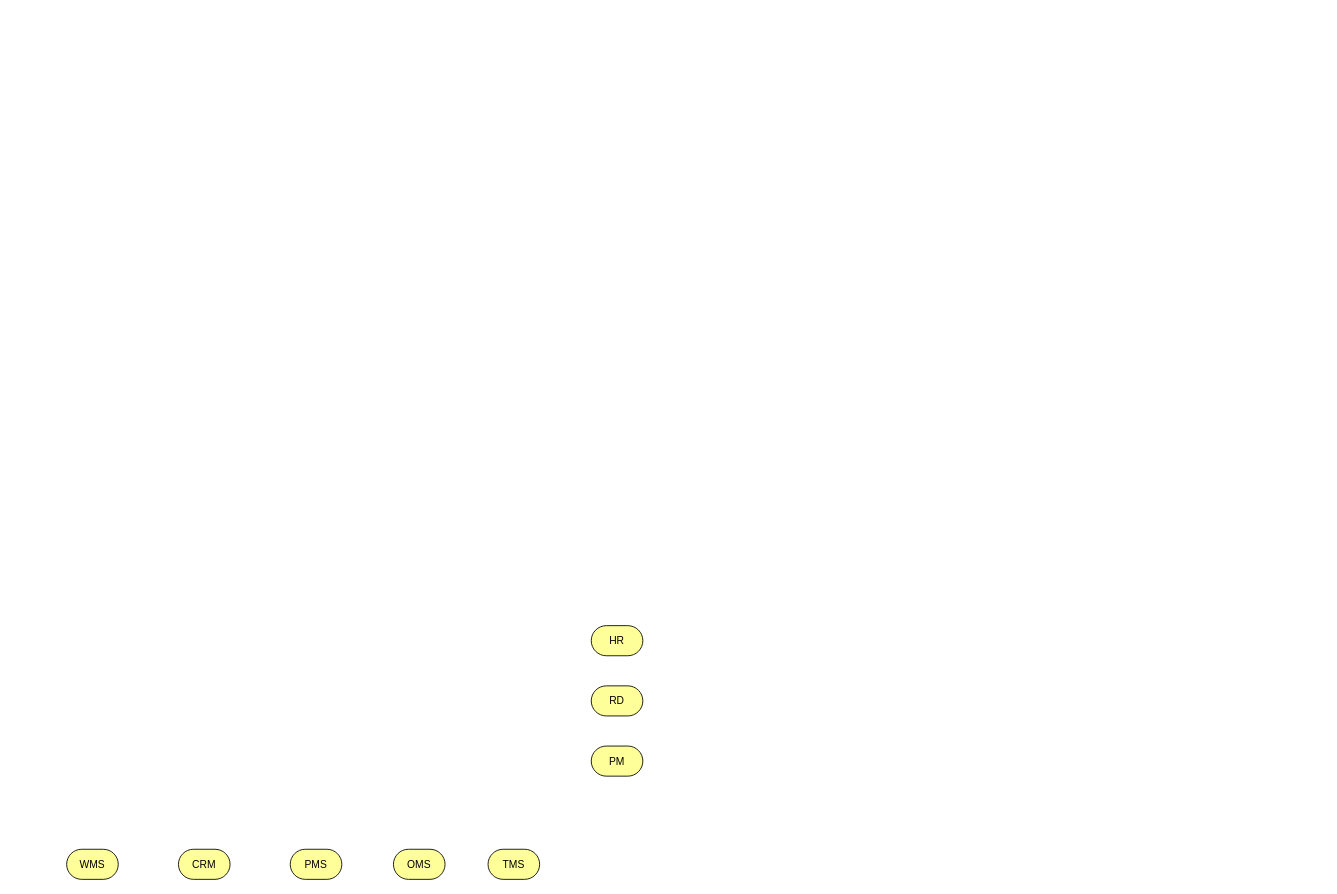
This is Untitled Diagram.drawio from jason-live/flow, a draw.io file, before an edit. Source tidied: cells renumbered, new cells numbered last; positions are measured from the earlier drawing's top-left corner, leaving out a move shared by most shapes. Both pictures are drawn from the tidied source at 86%, with x=0, y=0 at pixel (66, 625).
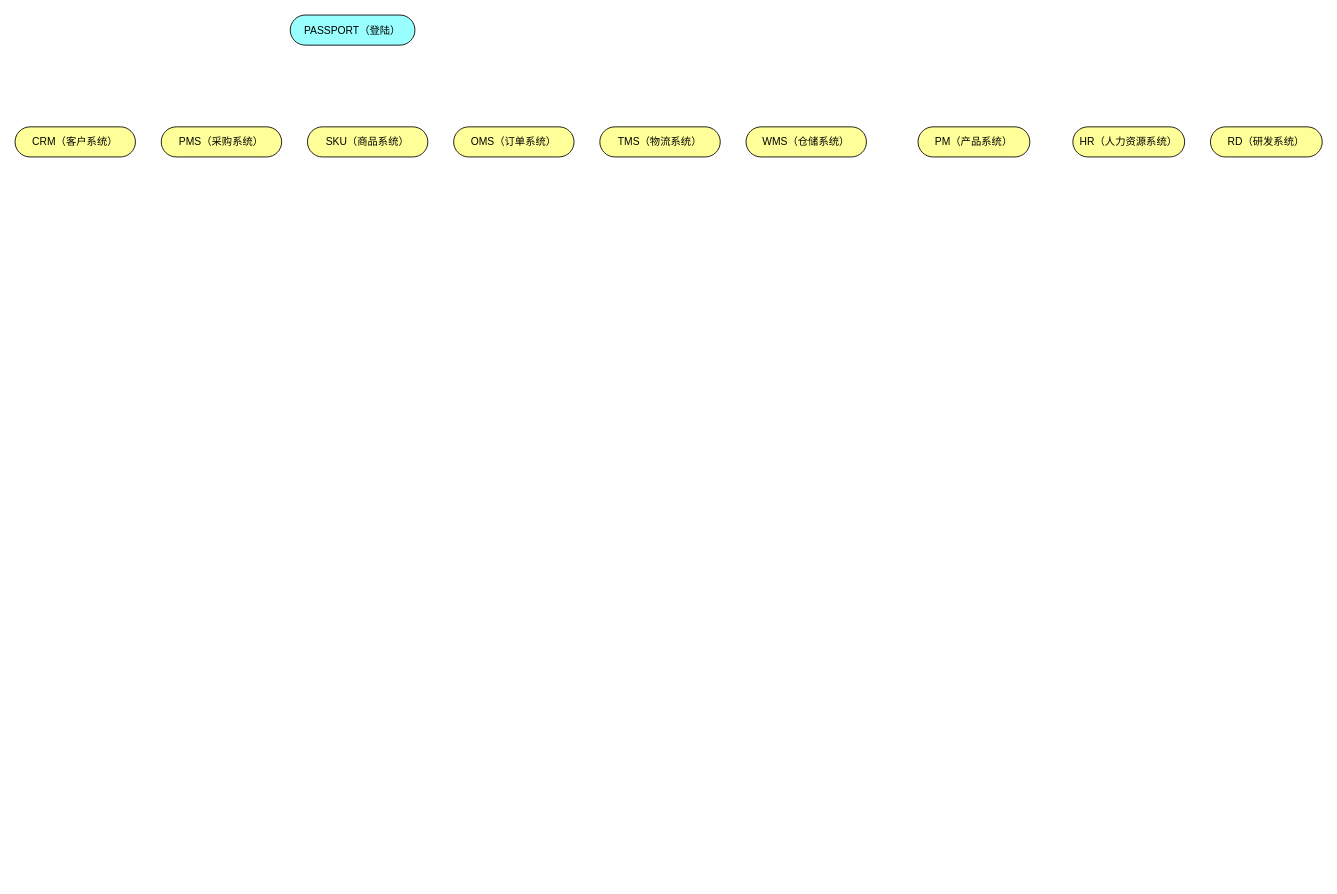
Above is the later version.

The edit, as a diff of the source:
```diff
@@
 <mxGraphModel>
   <root>
     <mxCell id="0" />
     <mxCell id="1" parent="0" />
-    <mxCell id="2" value="WMS" style="html=1;whiteSpace=wrap;fillColor=#ffff99;shape=mxgraph.archimate3.service;" parent="1" vertex="1">
-      <mxGeometry y="260" width="60" height="35" as="geometry" />
+    <mxCell id="2" value="WMS（仓储系统）" style="html=1;whiteSpace=wrap;fillColor=#ffff99;shape=mxgraph.archimate3.service;" parent="1" vertex="1">
+      <mxGeometry x="790" y="-580" width="140" height="35" as="geometry" />
     </mxCell>
-    <mxCell id="3" value="CRM" style="html=1;whiteSpace=wrap;fillColor=#ffff99;shape=mxgraph.archimate3.service;" parent="1" vertex="1">
-      <mxGeometry x="130" y="260" width="60" height="35" as="geometry" />
+    <mxCell id="3" value="CRM（客户系统）" style="html=1;whiteSpace=wrap;fillColor=#ffff99;shape=mxgraph.archimate3.service;" parent="1" vertex="1">
+      <mxGeometry x="-60" y="-580" width="140" height="35" as="geometry" />
     </mxCell>
-    <mxCell id="4" value="HR" style="html=1;whiteSpace=wrap;fillColor=#ffff99;shape=mxgraph.archimate3.service;" parent="1" vertex="1">
-      <mxGeometry x="610" width="60" height="35" as="geometry" />
+    <mxCell id="4" value="HR（人力资源系统）" style="html=1;whiteSpace=wrap;fillColor=#ffff99;shape=mxgraph.archimate3.service;" parent="1" vertex="1">
+      <mxGeometry x="1170" y="-580" width="130" height="35" as="geometry" />
     </mxCell>
-    <mxCell id="5" value="RD" style="html=1;whiteSpace=wrap;fillColor=#ffff99;shape=mxgraph.archimate3.service;" parent="1" vertex="1">
-      <mxGeometry x="610" y="70" width="60" height="35" as="geometry" />
+    <mxCell id="5" value="RD（研发系统）" style="html=1;whiteSpace=wrap;fillColor=#ffff99;shape=mxgraph.archimate3.service;" parent="1" vertex="1">
+      <mxGeometry x="1330" y="-580" width="130" height="35" as="geometry" />
     </mxCell>
-    <mxCell id="6" value="PM" style="html=1;whiteSpace=wrap;fillColor=#ffff99;shape=mxgraph.archimate3.service;" parent="1" vertex="1">
-      <mxGeometry x="610" y="140" width="60" height="35" as="geometry" />
+    <mxCell id="6" value="PM（产品系统）" style="html=1;whiteSpace=wrap;fillColor=#ffff99;shape=mxgraph.archimate3.service;" parent="1" vertex="1">
+      <mxGeometry x="990" y="-580" width="130" height="35" as="geometry" />
     </mxCell>
-    <mxCell id="7" value="PMS" style="html=1;whiteSpace=wrap;fillColor=#ffff99;shape=mxgraph.archimate3.service;" parent="1" vertex="1">
-      <mxGeometry x="260" y="260" width="60" height="35" as="geometry" />
+    <mxCell id="7" value="PMS（采购系统）" style="html=1;whiteSpace=wrap;fillColor=#ffff99;shape=mxgraph.archimate3.service;" parent="1" vertex="1">
+      <mxGeometry x="110" y="-580" width="140" height="35" as="geometry" />
     </mxCell>
-    <mxCell id="8" value="OMS" style="html=1;whiteSpace=wrap;fillColor=#ffff99;shape=mxgraph.archimate3.service;" parent="1" vertex="1">
-      <mxGeometry x="380" y="260" width="60" height="35" as="geometry" />
+    <mxCell id="8" value="OMS（订单系统）" style="html=1;whiteSpace=wrap;fillColor=#ffff99;shape=mxgraph.archimate3.service;" parent="1" vertex="1">
+      <mxGeometry x="450" y="-580" width="140" height="35" as="geometry" />
     </mxCell>
-    <mxCell id="9" value="TMS" style="html=1;whiteSpace=wrap;fillColor=#ffff99;shape=mxgraph.archimate3.service;" parent="1" vertex="1">
-      <mxGeometry x="490" y="260" width="60" height="35" as="geometry" />
+    <mxCell id="9" value="TMS（物流系统）" style="html=1;whiteSpace=wrap;fillColor=#ffff99;shape=mxgraph.archimate3.service;" parent="1" vertex="1">
+      <mxGeometry x="620" y="-580" width="140" height="35" as="geometry" />
     </mxCell>
+    <mxCell id="10" value="SKU（商品系统）" style="html=1;whiteSpace=wrap;fillColor=#ffff99;shape=mxgraph.archimate3.service;" parent="1" vertex="1">
+      <mxGeometry x="280" y="-580" width="140" height="35" as="geometry" />
+    </mxCell>
+    <mxCell id="11" value="PASSPORT（登陆）" style="html=1;whiteSpace=wrap;fillColor=#99ffff;shape=mxgraph.archimate3.service;" parent="1" vertex="1">
+      <mxGeometry x="260" y="-710" width="145" height="35" as="geometry" />
+    </mxCell>
   </root>
 </mxGraphModel>
```
